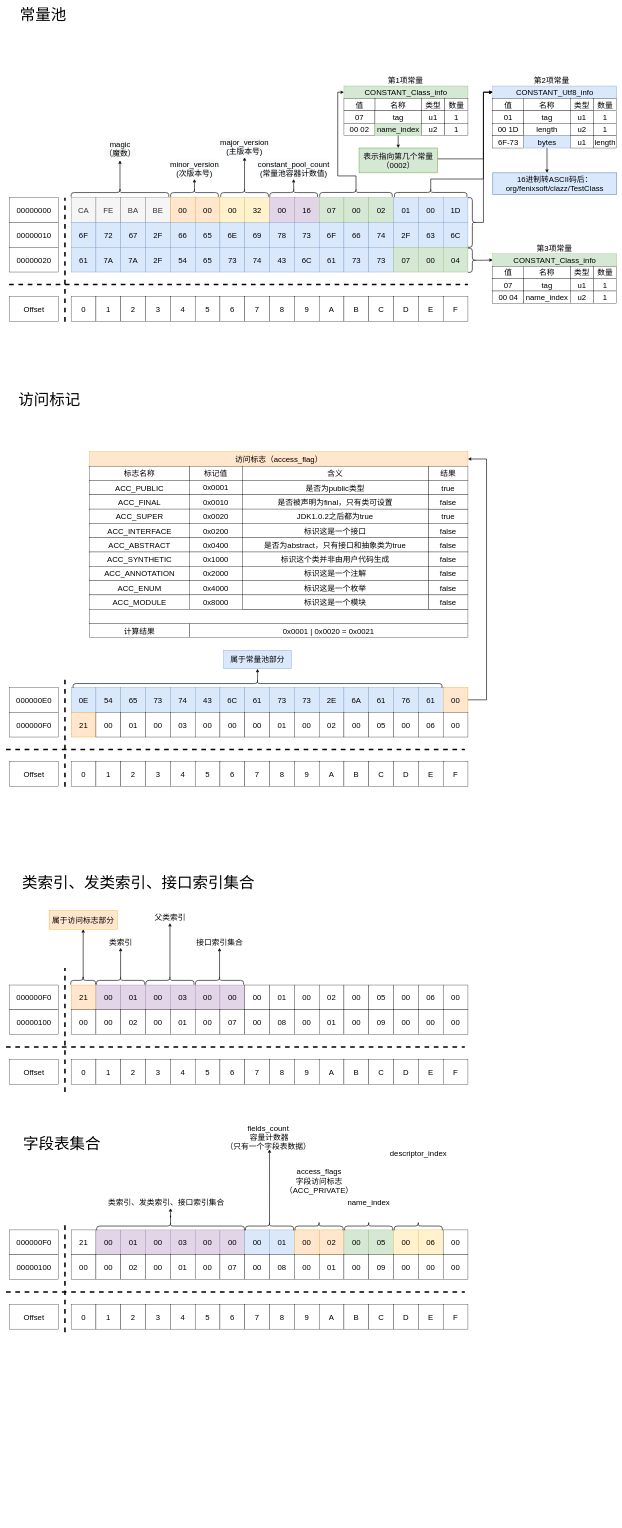
zero-97/picture-of-the-article keeps this draw.io diagram as 常量池/Untitled Diagram.drawio. Above is the earlier version. Source tidied: cells renumbered, new cells numbered last; positions are measured from the earlier drawing's top-left corner, leaving out a move shared by most shapes. Both pictures are drawn from the tidied source at 31%, with x=0, y=0 at pixel (6, 5).
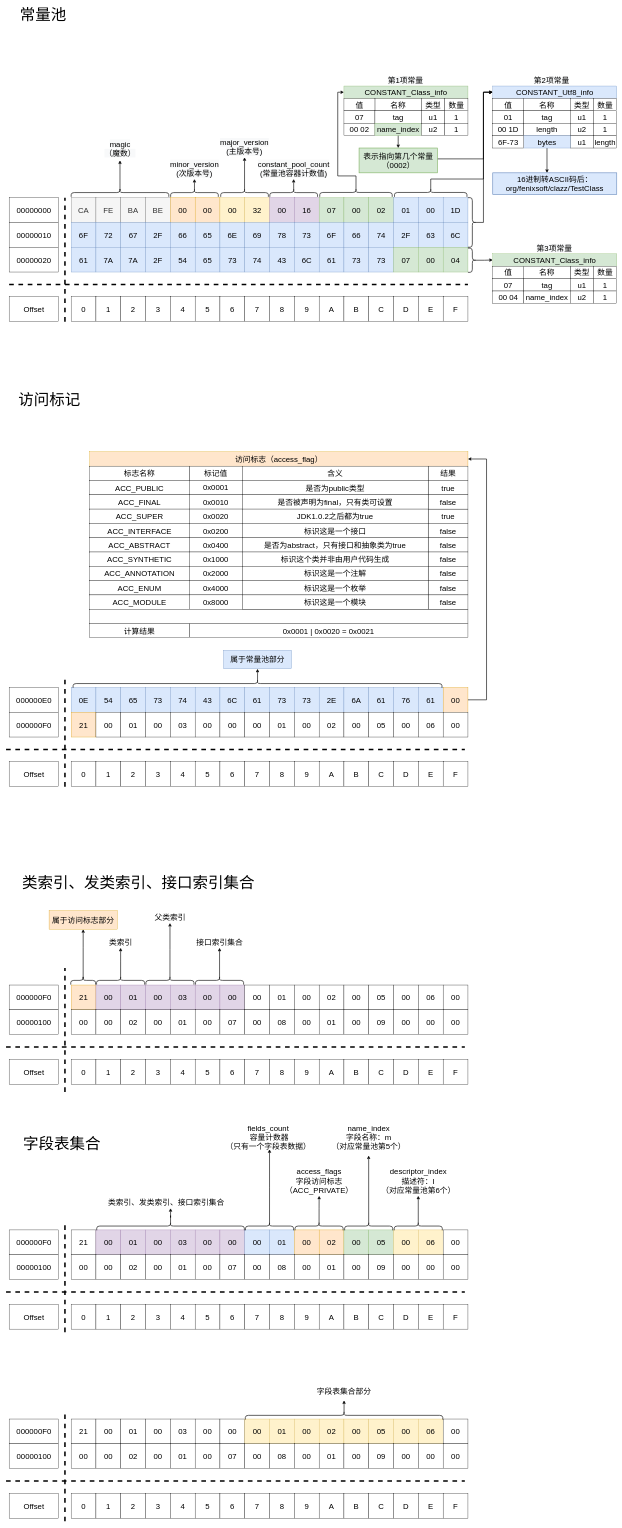
After the change.

Unchanged cells that the change refers to:
```xml
<mxCell id="394" style="shape=curlyBracket;whiteSpace=wrap;html=1;rounded=1;flipH=1;rotation=-90;strokeWidth=2;" parent="1" vertex="1">
  <mxGeometry x="996" y="3860" width="27.5" height="155" as="geometry" />
</mxCell>
<mxCell id="395" style="shape=curlyBracket;whiteSpace=wrap;html=1;rounded=1;flipH=1;rotation=-90;strokeWidth=2;" parent="1" vertex="1">
  <mxGeometry x="1156" y="3860" width="27.5" height="155" as="geometry" />
</mxCell>
<mxCell id="396" style="shape=curlyBracket;whiteSpace=wrap;html=1;rounded=1;flipH=1;rotation=-90;strokeWidth=2;" parent="1" vertex="1">
  <mxGeometry x="1316" y="3860" width="27.5" height="155" as="geometry" />
</mxCell>
```

Diff of the diagram source:
```diff
@@
+    <mxCell id="404" style="edgeStyle=orthogonalEdgeStyle;rounded=0;jettySize=auto;html=1;fontSize=25;strokeWidth=2;exitX=0.1;exitY=0.5;exitDx=0;exitDy=0;exitPerimeter=0;" parent="1" edge="1" source="394" target="397">
+      <mxGeometry relative="1" as="geometry" />
+    </mxCell>
@@
+    <mxCell id="405" style="edgeStyle=orthogonalEdgeStyle;rounded=0;jettySize=auto;html=1;fontSize=25;strokeWidth=2;exitX=0.1;exitY=0.5;exitDx=0;exitDy=0;exitPerimeter=0;" parent="1" edge="1" source="395" target="398">
+      <mxGeometry relative="1" as="geometry" />
+    </mxCell>
@@
+    <mxCell id="406" style="edgeStyle=orthogonalEdgeStyle;rounded=0;jettySize=auto;html=1;fontSize=25;strokeWidth=2;exitX=0.1;exitY=0.5;exitDx=0;exitDy=0;exitPerimeter=0;" parent="1" edge="1" source="396" target="399">
+      <mxGeometry relative="1" as="geometry" />
+    </mxCell>
@@
     <mxCell id="397" value="&lt;font face=&quot;helvetica&quot;&gt;&lt;span style=&quot;font-size: 25px&quot;&gt;access_flags&lt;br&gt;字段访问标志&lt;br&gt;（ACC_PRIVATE）&lt;br&gt;&lt;/span&gt;&lt;/font&gt;" style="text;whiteSpace=wrap;html=1;fontSize=20;align=center;" parent="1" vertex="1">
-      <mxGeometry x="929.8" y="3740" width="160" height="40" as="geometry" />
+      <mxGeometry x="930" y="3740" width="160" height="100" as="geometry" />
     </mxCell>
-    <mxCell id="398" value="&lt;font face=&quot;helvetica&quot;&gt;&lt;span style=&quot;font-size: 25px&quot;&gt;name_index&lt;/span&gt;&lt;/font&gt;" style="text;whiteSpace=wrap;html=1;fontSize=20;align=center;" parent="1" vertex="1">
-      <mxGeometry x="1089.8" y="3840" width="160" height="40" as="geometry" />
+    <mxCell id="398" value="&lt;font face=&quot;helvetica&quot;&gt;&lt;span style=&quot;font-size: 25px&quot;&gt;name_index&lt;br&gt;字段名称：m&lt;br&gt;（对应常量池第5个）&lt;br&gt;&lt;/span&gt;&lt;/font&gt;" style="text;whiteSpace=wrap;html=1;fontSize=20;align=center;" parent="1" vertex="1">
+      <mxGeometry x="1044.8" y="3600" width="250" height="110" as="geometry" />
     </mxCell>
-    <mxCell id="399" value="&lt;font face=&quot;helvetica&quot;&gt;&lt;span style=&quot;font-size: 25px&quot;&gt;descriptor_index&lt;/span&gt;&lt;/font&gt;" style="text;whiteSpace=wrap;html=1;fontSize=20;align=center;" parent="1" vertex="1">
-      <mxGeometry x="1249.8" y="3680" width="160" height="40" as="geometry" />
+    <mxCell id="399" value="&lt;font face=&quot;helvetica&quot;&gt;&lt;span style=&quot;font-size: 25px&quot;&gt;descriptor_index&lt;br&gt;描述符：I&lt;br&gt;（对应常量池第6个）&lt;br&gt;&lt;/span&gt;&lt;/font&gt;" style="text;whiteSpace=wrap;html=1;fontSize=20;align=center;" parent="1" vertex="1">
+      <mxGeometry x="1204.8" y="3740" width="250" height="100" as="geometry" />
     </mxCell>
@@
+    <mxCell id="407" value="21" style="whiteSpace=wrap;html=1;fontSize=25;" parent="1" vertex="1">
+      <mxGeometry x="210" y="4560" width="80" height="80" as="geometry" />
+    </mxCell>
+    <mxCell id="408" value="00" style="whiteSpace=wrap;html=1;fontSize=25;" parent="1" vertex="1">
+      <mxGeometry x="290" y="4560" width="80" height="80" as="geometry" />
+    </mxCell>
+    <mxCell id="409" value="01" style="whiteSpace=wrap;html=1;fontSize=25;" parent="1" vertex="1">
+      <mxGeometry x="370" y="4560" width="80" height="80" as="geometry" />
+    </mxCell>
+    <mxCell id="410" value="00" style="whiteSpace=wrap;html=1;fontSize=25;" parent="1" vertex="1">
+      <mxGeometry x="450" y="4560" width="80" height="80" as="geometry" />
+    </mxCell>
+    <mxCell id="411" value="03" style="whiteSpace=wrap;html=1;fontSize=25;" parent="1" vertex="1">
+      <mxGeometry x="530" y="4560" width="80" height="80" as="geometry" />
+    </mxCell>
+    <mxCell id="412" value="00" style="whiteSpace=wrap;html=1;fontSize=25;" parent="1" vertex="1">
+      <mxGeometry x="610" y="4560" width="80" height="80" as="geometry" />
+    </mxCell>
+    <mxCell id="413" value="00" style="whiteSpace=wrap;html=1;fontSize=25;" parent="1" vertex="1">
+      <mxGeometry x="690" y="4560" width="80" height="80" as="geometry" />
+    </mxCell>
+    <mxCell id="414" value="00" style="whiteSpace=wrap;html=1;fontSize=25;fillColor=#fff2cc;strokeColor=#d6b656;" parent="1" vertex="1">
+      <mxGeometry x="770" y="4560" width="80" height="80" as="geometry" />
+    </mxCell>
+    <mxCell id="415" value="01" style="whiteSpace=wrap;html=1;fontSize=25;fillColor=#fff2cc;strokeColor=#d6b656;" parent="1" vertex="1">
+      <mxGeometry x="850" y="4560" width="80" height="80" as="geometry" />
+    </mxCell>
+    <mxCell id="416" value="00" style="whiteSpace=wrap;html=1;fontSize=25;fillColor=#fff2cc;strokeColor=#d6b656;" parent="1" vertex="1">
+      <mxGeometry x="930" y="4560" width="80" height="80" as="geometry" />
+    </mxCell>
+    <mxCell id="417" value="02" style="whiteSpace=wrap;html=1;fontSize=25;fillColor=#fff2cc;strokeColor=#d6b656;" parent="1" vertex="1">
+      <mxGeometry x="1010" y="4560" width="80" height="80" as="geometry" />
+    </mxCell>
+    <mxCell id="418" value="00" style="whiteSpace=wrap;html=1;fontSize=25;fillColor=#fff2cc;strokeColor=#d6b656;" parent="1" vertex="1">
+      <mxGeometry x="1090" y="4560" width="80" height="80" as="geometry" />
+    </mxCell>
+    <mxCell id="419" value="05" style="whiteSpace=wrap;html=1;fontSize=25;fillColor=#fff2cc;strokeColor=#d6b656;" parent="1" vertex="1">
+      <mxGeometry x="1170" y="4560" width="80" height="80" as="geometry" />
+    </mxCell>
+    <mxCell id="420" value="00" style="whiteSpace=wrap;html=1;fontSize=25;fillColor=#fff2cc;strokeColor=#d6b656;" parent="1" vertex="1">
+      <mxGeometry x="1250" y="4560" width="80" height="80" as="geometry" />
+    </mxCell>
+    <mxCell id="421" value="06" style="whiteSpace=wrap;html=1;fontSize=25;fillColor=#fff2cc;strokeColor=#d6b656;" parent="1" vertex="1">
+      <mxGeometry x="1330" y="4560" width="80" height="80" as="geometry" />
+    </mxCell>
+    <mxCell id="422" value="00" style="whiteSpace=wrap;html=1;fontSize=25;" parent="1" vertex="1">
+      <mxGeometry x="1410" y="4560" width="80" height="80" as="geometry" />
+    </mxCell>
+    <mxCell id="423" style="group;" parent="1" vertex="1">
+      <mxGeometry x="210" y="4800" width="1280" height="80" as="geometry" />
+    </mxCell>
+    <mxCell id="424" value="0" style="whiteSpace=wrap;html=1;fontSize=25;" parent="423" vertex="1">
+      <mxGeometry width="80" height="80" as="geometry" />
+    </mxCell>
+    <mxCell id="425" value="1" style="whiteSpace=wrap;html=1;fontSize=25;" parent="423" vertex="1">
+      <mxGeometry x="80" width="80" height="80" as="geometry" />
+    </mxCell>
+    <mxCell id="426" value="2" style="whiteSpace=wrap;html=1;fontSize=25;" parent="423" vertex="1">
+      <mxGeometry x="160" width="80" height="80" as="geometry" />
+    </mxCell>
+    <mxCell id="427" value="3" style="whiteSpace=wrap;html=1;fontSize=25;" parent="423" vertex="1">
+      <mxGeometry x="240" width="80" height="80" as="geometry" />
+    </mxCell>
+    <mxCell id="428" value="4" style="whiteSpace=wrap;html=1;fontSize=25;" parent="423" vertex="1">
+      <mxGeometry x="320" width="80" height="80" as="geometry" />
+    </mxCell>
+    <mxCell id="429" value="5" style="whiteSpace=wrap;html=1;fontSize=25;" parent="423" vertex="1">
+      <mxGeometry x="400" width="80" height="80" as="geometry" />
+    </mxCell>
+    <mxCell id="430" value="6" style="whiteSpace=wrap;html=1;fontSize=25;" parent="423" vertex="1">
+      <mxGeometry x="480" width="80" height="80" as="geometry" />
+    </mxCell>
+    <mxCell id="431" value="7" style="whiteSpace=wrap;html=1;fontSize=25;" parent="423" vertex="1">
+      <mxGeometry x="560" width="80" height="80" as="geometry" />
+    </mxCell>
+    <mxCell id="432" value="8" style="whiteSpace=wrap;html=1;fontSize=25;" parent="423" vertex="1">
+      <mxGeometry x="640" width="80" height="80" as="geometry" />
+    </mxCell>
+    <mxCell id="433" value="9" style="whiteSpace=wrap;html=1;fontSize=25;" parent="423" vertex="1">
+      <mxGeometry x="720" width="80" height="80" as="geometry" />
+    </mxCell>
+    <mxCell id="434" value="A" style="whiteSpace=wrap;html=1;fontSize=25;" parent="423" vertex="1">
+      <mxGeometry x="800" width="80" height="80" as="geometry" />
+    </mxCell>
+    <mxCell id="435" value="B" style="whiteSpace=wrap;html=1;fontSize=25;" parent="423" vertex="1">
+      <mxGeometry x="880" width="80" height="80" as="geometry" />
+    </mxCell>
+    <mxCell id="436" value="C" style="whiteSpace=wrap;html=1;fontSize=25;" parent="423" vertex="1">
+      <mxGeometry x="960" width="80" height="80" as="geometry" />
+    </mxCell>
+    <mxCell id="437" value="D" style="whiteSpace=wrap;html=1;fontSize=25;" parent="423" vertex="1">
+      <mxGeometry x="1040" width="80" height="80" as="geometry" />
+    </mxCell>
+    <mxCell id="438" value="E" style="whiteSpace=wrap;html=1;fontSize=25;" parent="423" vertex="1">
+      <mxGeometry x="1120" width="80" height="80" as="geometry" />
+    </mxCell>
+    <mxCell id="439" value="F" style="whiteSpace=wrap;html=1;fontSize=25;" parent="423" vertex="1">
+      <mxGeometry x="1200" width="80" height="80" as="geometry" />
+    </mxCell>
+    <mxCell id="440" value="000000F0" style="rounded=0;whiteSpace=wrap;html=1;fontSize=25;" parent="1" vertex="1">
+      <mxGeometry x="10" y="4560" width="160" height="80" as="geometry" />
+    </mxCell>
+    <mxCell id="441" value="Offset" style="rounded=0;whiteSpace=wrap;html=1;fontSize=25;" parent="1" vertex="1">
+      <mxGeometry x="10" y="4800" width="160" height="80" as="geometry" />
+    </mxCell>
+    <mxCell id="442" style="endArrow=none;dashed=1;html=1;rounded=0;fontSize=20;strokeColor=#000000;strokeWidth=5;" parent="1" edge="1">
+      <mxGeometry relative="1" as="geometry">
+        <mxPoint y="4760" as="sourcePoint" />
+        <mxPoint x="1480" y="4760" as="targetPoint" />
+      </mxGeometry>
+    </mxCell>
+    <mxCell id="443" value="00000100" style="rounded=0;whiteSpace=wrap;html=1;fontSize=25;" parent="1" vertex="1">
+      <mxGeometry x="10" y="4640" width="160" height="80" as="geometry" />
+    </mxCell>
+    <mxCell id="444" value="00" style="whiteSpace=wrap;html=1;fontSize=25;" parent="1" vertex="1">
+      <mxGeometry x="210" y="4640" width="80" height="80" as="geometry" />
+    </mxCell>
+    <mxCell id="445" value="00" style="whiteSpace=wrap;html=1;fontSize=25;" parent="1" vertex="1">
+      <mxGeometry x="290" y="4640" width="80" height="80" as="geometry" />
+    </mxCell>
+    <mxCell id="446" value="02" style="whiteSpace=wrap;html=1;fontSize=25;" parent="1" vertex="1">
+      <mxGeometry x="370" y="4640" width="80" height="80" as="geometry" />
+    </mxCell>
+    <mxCell id="447" value="00" style="whiteSpace=wrap;html=1;fontSize=25;" parent="1" vertex="1">
+      <mxGeometry x="450" y="4640" width="80" height="80" as="geometry" />
+    </mxCell>
+    <mxCell id="448" value="01" style="whiteSpace=wrap;html=1;fontSize=25;" parent="1" vertex="1">
+      <mxGeometry x="530" y="4640" width="80" height="80" as="geometry" />
+    </mxCell>
+    <mxCell id="449" value="00" style="whiteSpace=wrap;html=1;fontSize=25;" parent="1" vertex="1">
+      <mxGeometry x="610" y="4640" width="80" height="80" as="geometry" />
+    </mxCell>
+    <mxCell id="450" value="07" style="whiteSpace=wrap;html=1;fontSize=25;" parent="1" vertex="1">
+      <mxGeometry x="690" y="4640" width="80" height="80" as="geometry" />
+    </mxCell>
+    <mxCell id="451" value="00" style="whiteSpace=wrap;html=1;fontSize=25;" parent="1" vertex="1">
+      <mxGeometry x="770" y="4640" width="80" height="80" as="geometry" />
+    </mxCell>
+    <mxCell id="452" value="08" style="whiteSpace=wrap;html=1;fontSize=25;" parent="1" vertex="1">
+      <mxGeometry x="850" y="4640" width="80" height="80" as="geometry" />
+    </mxCell>
+    <mxCell id="453" value="00" style="whiteSpace=wrap;html=1;fontSize=25;" parent="1" vertex="1">
+      <mxGeometry x="930" y="4640" width="80" height="80" as="geometry" />
+    </mxCell>
+    <mxCell id="454" value="01" style="whiteSpace=wrap;html=1;fontSize=25;" parent="1" vertex="1">
+      <mxGeometry x="1010" y="4640" width="80" height="80" as="geometry" />
+    </mxCell>
+    <mxCell id="455" value="00" style="whiteSpace=wrap;html=1;fontSize=25;" parent="1" vertex="1">
+      <mxGeometry x="1090" y="4640" width="80" height="80" as="geometry" />
+    </mxCell>
+    <mxCell id="456" value="09" style="whiteSpace=wrap;html=1;fontSize=25;" parent="1" vertex="1">
+      <mxGeometry x="1170" y="4640" width="80" height="80" as="geometry" />
+    </mxCell>
+    <mxCell id="457" value="00" style="whiteSpace=wrap;html=1;fontSize=25;" parent="1" vertex="1">
+      <mxGeometry x="1250" y="4640" width="80" height="80" as="geometry" />
+    </mxCell>
+    <mxCell id="458" value="00" style="whiteSpace=wrap;html=1;fontSize=25;" parent="1" vertex="1">
+      <mxGeometry x="1330" y="4640" width="80" height="80" as="geometry" />
+    </mxCell>
+    <mxCell id="459" value="00" style="whiteSpace=wrap;html=1;fontSize=25;" parent="1" vertex="1">
+      <mxGeometry x="1410" y="4640" width="80" height="80" as="geometry" />
+    </mxCell>
+    <mxCell id="460" style="endArrow=none;dashed=1;html=1;rounded=0;fontSize=20;strokeColor=#000000;strokeWidth=5;" parent="1" edge="1">
+      <mxGeometry relative="1" as="geometry">
+        <mxPoint x="190" y="4890" as="sourcePoint" />
+        <mxPoint x="190" y="4530" as="targetPoint" />
+      </mxGeometry>
+    </mxCell>
+    <mxCell id="461" style="edgeStyle=orthogonalEdgeStyle;rounded=0;jettySize=auto;html=1;fontSize=25;strokeWidth=2;exitX=0.1;exitY=0.5;exitDx=0;exitDy=0;exitPerimeter=0;" parent="1" edge="1" source="462" target="463">
+      <mxGeometry relative="1" as="geometry" />
+    </mxCell>
+    <mxCell id="462" style="shape=curlyBracket;whiteSpace=wrap;html=1;rounded=1;flipH=1;rotation=-90;strokeWidth=2;" parent="1" vertex="1">
+      <mxGeometry x="1076.6" y="4229.7" width="27.5" height="636.9" as="geometry" />
+    </mxCell>
+    <mxCell id="463" value="&lt;font style=&quot;font-size: 25px&quot;&gt;字段表集合部分&lt;/font&gt;" style="text;html=1;strokeColor=none;fillColor=none;align=center;verticalAlign=middle;whiteSpace=wrap;rounded=0;" parent="1" vertex="1">
+      <mxGeometry x="894.7" y="4440" width="391.2" height="60" as="geometry" />
+    </mxCell>
```
